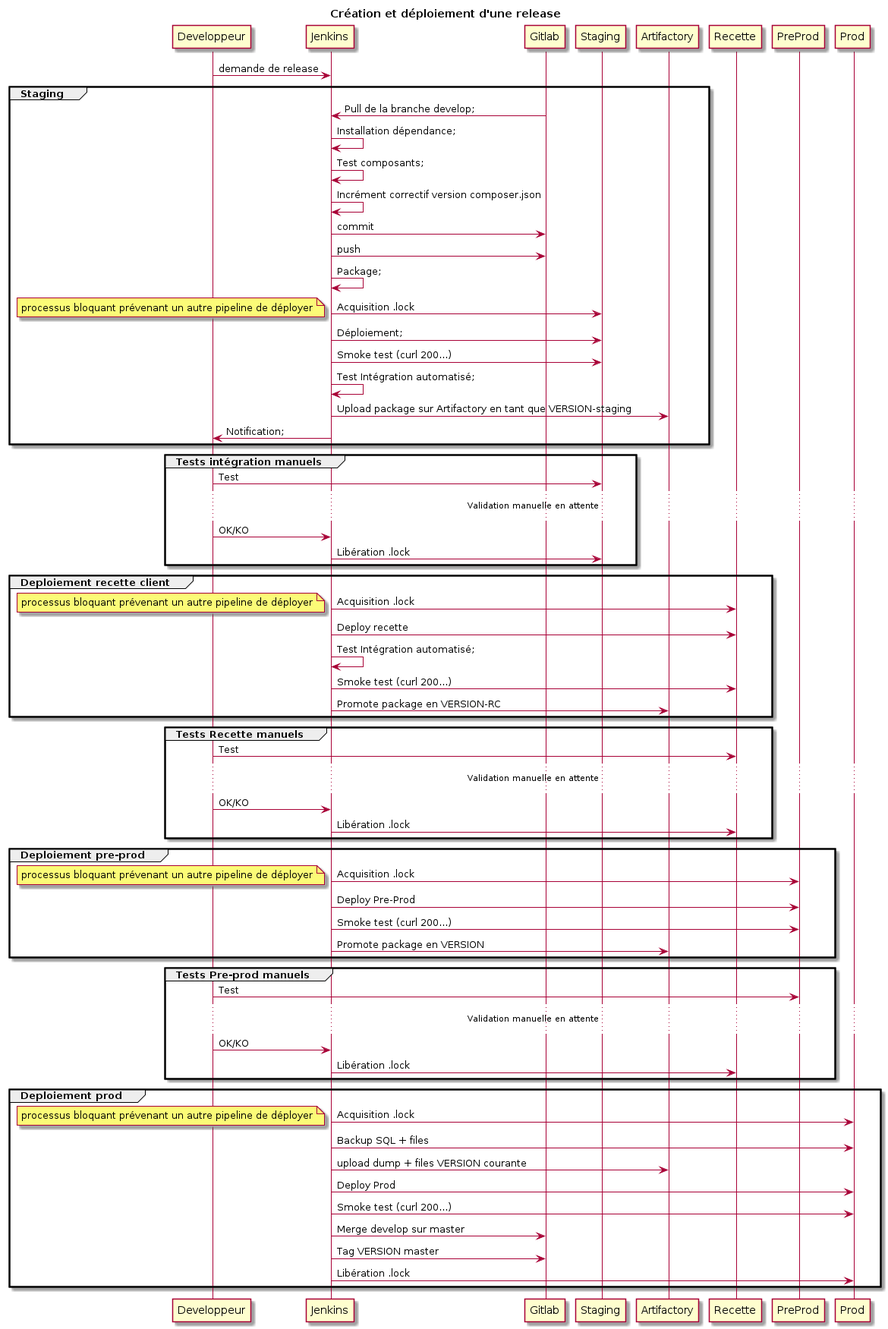
The PlantUML diagram img/release.png in sylvainmetayer/epsi-memoire, before a commit.
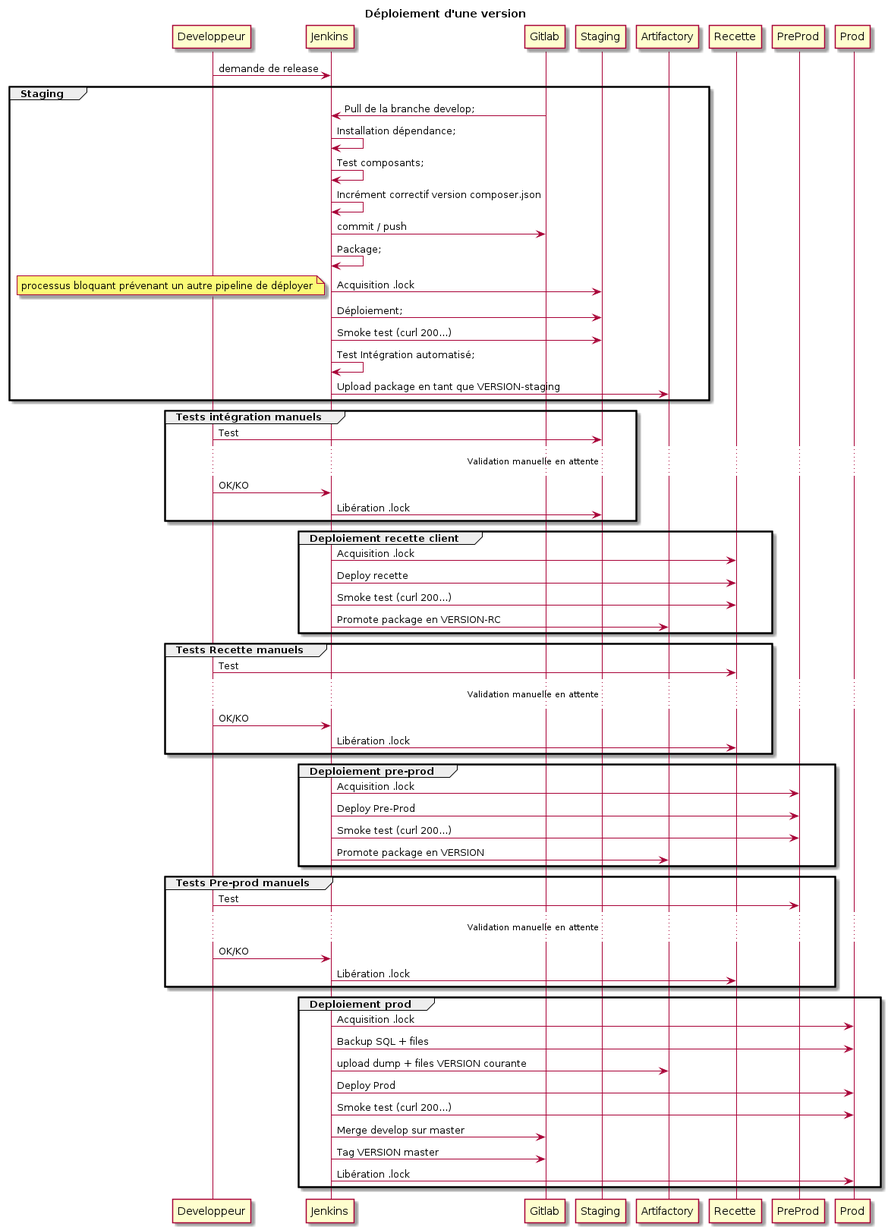
Later version of the same file.

What changed in the source:
```diff
@@ -1,21 +1,19 @@
 @startuml
-title Création et déploiement d'une release
+title Déploiement d'une version
 Developpeur -> Jenkins: demande de release
 group Staging
 Gitlab -> Jenkins: Pull de la branche develop;
 Jenkins -> Jenkins: Installation dépendance;
 Jenkins -> Jenkins: Test composants;
 Jenkins -> Jenkins: Incrément correctif version composer.json
-Jenkins -> Gitlab: commit
-Jenkins -> Gitlab: push
+Jenkins -> Gitlab: commit / push
 Jenkins -> Jenkins: Package;
 Jenkins -> Staging: Acquisition .lock
 note left: processus bloquant prévenant un autre pipeline de déployer
 Jenkins -> Staging: Déploiement;
 Jenkins -> Staging: Smoke test (curl 200...)
 Jenkins -> Jenkins: Test Intégration automatisé;
-Jenkins -> Artifactory: Upload package sur Artifactory en tant que VERSION-staging
-Jenkins -> Developpeur: Notification;
+Jenkins -> Artifactory: Upload package en tant que VERSION-staging
 end
 group Tests intégration manuels
 Developpeur -> Staging: Test
@@ -25,9 +23,7 @@
 end
 group Deploiement recette client
 Jenkins -> Recette: Acquisition .lock
-note left: processus bloquant prévenant un autre pipeline de déployer
 Jenkins -> Recette: Deploy recette
-Jenkins -> Jenkins: Test Intégration automatisé;
 Jenkins -> Recette: Smoke test (curl 200...)
 Jenkins -> Artifactory: Promote package en VERSION-RC
 end
@@ -39,7 +35,6 @@
 end
 group Deploiement pre-prod
 Jenkins -> PreProd: Acquisition .lock
-note left: processus bloquant prévenant un autre pipeline de déployer
 Jenkins -> PreProd: Deploy Pre-Prod
 Jenkins -> PreProd: Smoke test (curl 200...)
 Jenkins -> Artifactory: Promote package en VERSION
@@ -52,7 +47,6 @@
 end
 group Deploiement prod
 Jenkins -> Prod: Acquisition .lock
-note left: processus bloquant prévenant un autre pipeline de déployer
 Jenkins -> Prod: Backup SQL + files
 Jenkins -> Artifactory: upload dump + files VERSION courante
 Jenkins -> Prod: Deploy Prod
```
